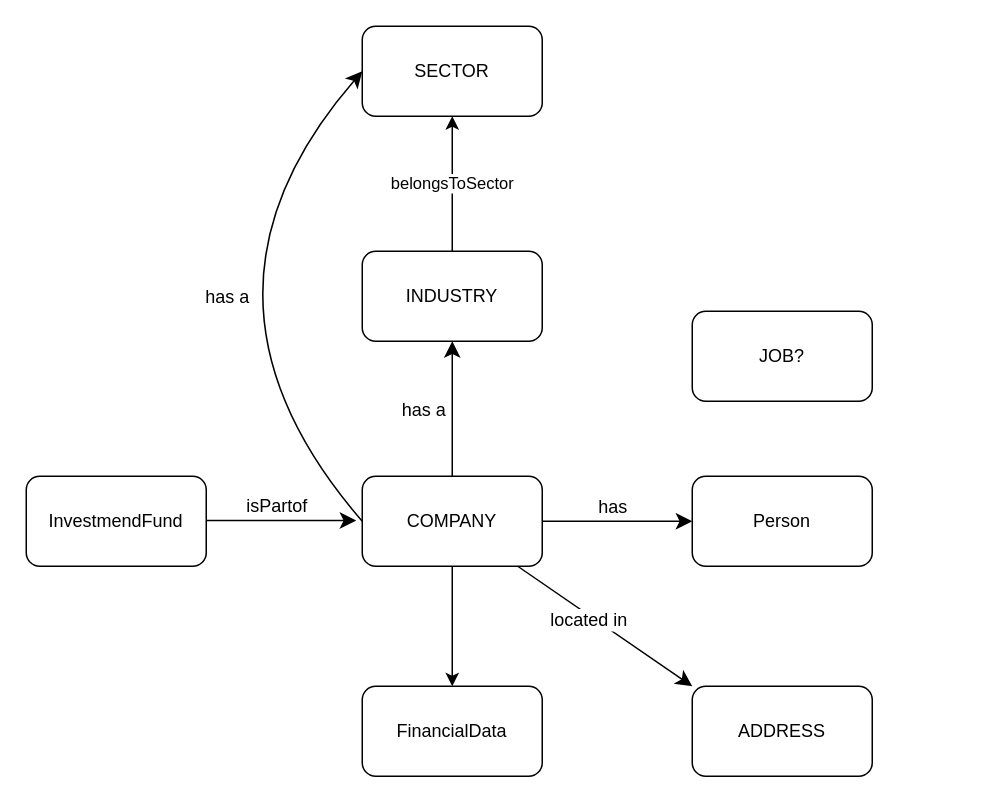
The draw.io diagram finance-kg.drawio in coppeneur/finance-kg, before the edit. Source tidied: cells renumbered, new cells numbered last; positions are measured from the earlier drawing's top-left corner, leaving out a move shared by most shapes. Both pictures are drawn from the tidied source at 150%, with x=0, y=0 at pixel (26, 26).
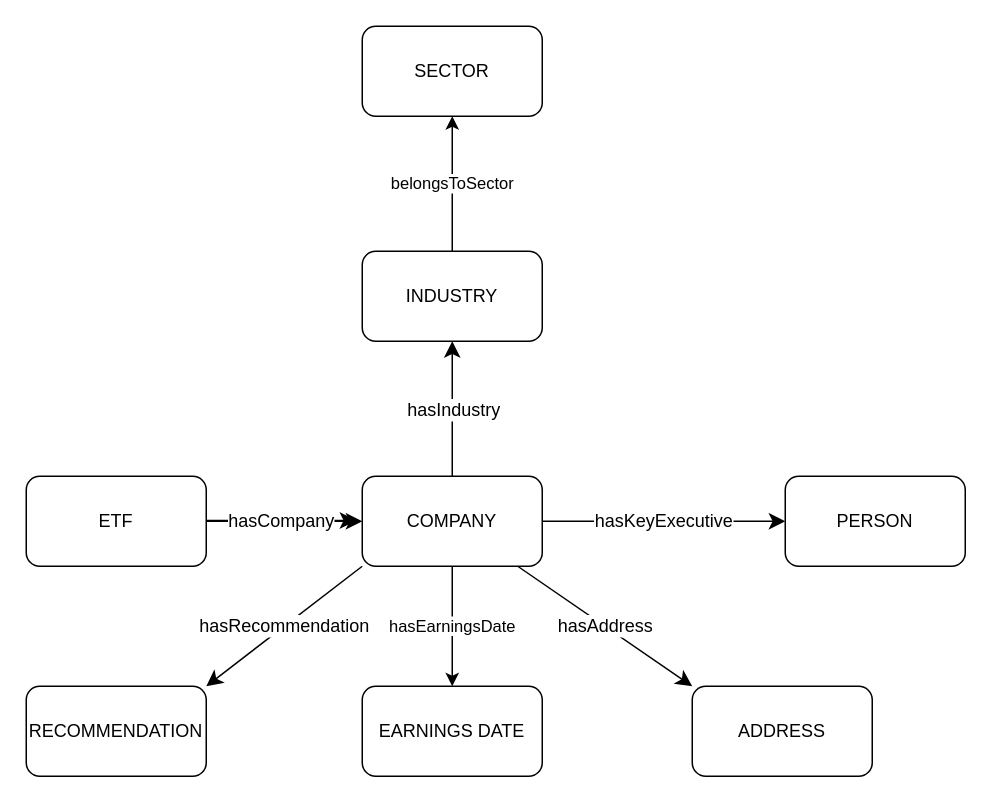
Above is the later version.

Unchanged cells that the change refers to:
```xml
<mxCell id="4" style="edgeStyle=none;curved=1;rounded=0;jettySize=auto;html=1;entryX=0.5;entryY=1;entryDx=0;entryDy=0;fontSize=12;startSize=8;endSize=8;" parent="1" edge="1" source="7" target="13">
  <mxGeometry relative="1" as="geometry" />
</mxCell>
<mxCell id="7" value="COMPANY" style="rounded=1;whiteSpace=wrap;html=1;" parent="1" vertex="1">
  <mxGeometry x="224" y="300" width="120" height="60" as="geometry" />
</mxCell>
<mxCell id="11" value="ADDRESS" style="rounded=1;whiteSpace=wrap;html=1;" parent="1" vertex="1">
  <mxGeometry x="444" y="440" width="120" height="60" as="geometry" />
</mxCell>
<mxCell id="14" value="SECTOR" style="rounded=1;whiteSpace=wrap;html=1;" parent="1" vertex="1">
  <mxGeometry x="224" width="120" height="60" as="geometry" />
</mxCell>
```

What changed in the source:
```diff
@@
-    <mxCell id="2" style="edgeStyle=none;curved=1;rounded=0;jettySize=auto;html=1;entryX=0;entryY=0;entryDx=0;entryDy=0;fontSize=12;startSize=8;endSize=8;" parent="1" edge="1" source="7" target="11">
+    <mxCell id="2" value="hasAddress" style="edgeStyle=none;curved=1;rounded=0;jettySize=auto;html=1;entryX=0;entryY=0;entryDx=0;entryDy=0;fontSize=12;startSize=8;endSize=8;" parent="1" edge="1" source="7" target="11">
       <mxGeometry relative="1" as="geometry" />
     </mxCell>
-    <mxCell id="3" value="located in" style="edgeLabel;html=1;align=center;verticalAlign=middle;fontSize=12;" parent="2" vertex="1">
-      <mxGeometry x="-0.02" y="-2" relative="1" as="geometry">
-        <mxPoint x="-9" y="-5" as="offset" />
-      </mxGeometry>
-    </mxCell>
@@
-    <mxCell id="5" value="has a" style="edgeLabel;html=1;align=center;verticalAlign=middle;fontSize=12;" parent="4" vertex="1">
-      <mxGeometry relative="1" as="geometry">
-        <mxPoint x="-20" as="offset" />
-      </mxGeometry>
+    <mxCell id="5" value="hasIndustry" style="edgeLabel;html=1;align=center;verticalAlign=middle;fontSize=12;" parent="4" vertex="1">
+      <mxGeometry relative="1" as="geometry" />
     </mxCell>
-    <mxCell id="6" style="edgeStyle=orthogonalEdgeStyle;rounded=0;jettySize=auto;html=1;entryX=0.5;entryY=0;entryDx=0;entryDy=0;" parent="1" edge="1" source="7" target="21">
-      <mxGeometry relative="1" as="geometry" />
+    <mxCell id="6" value="hasEarningsDate" style="edgeStyle=orthogonalEdgeStyle;rounded=0;jettySize=auto;html=1;entryX=0.5;entryY=0;entryDx=0;entryDy=0;" parent="1" edge="1" source="7">
+      <mxGeometry relative="1" as="geometry">
+        <mxPoint x="284" y="440" as="targetPoint" />
+      </mxGeometry>
     </mxCell>
+    <mxCell id="22" value="hasRecommendation" style="edgeStyle=none;curved=1;rounded=0;jettySize=auto;html=1;exitX=0;exitY=1;exitDx=0;exitDy=0;entryX=1;entryY=0;entryDx=0;entryDy=0;fontSize=12;startSize=8;endSize=8;" parent="1" edge="1" source="7" target="24">
+      <mxGeometry relative="1" as="geometry" />
+    </mxCell>
@@
-    <mxCell id="8" style="endArrow=classic;html=1;rounded=0;fontSize=12;startSize=8;endSize=8;curved=1;exitX=1;exitY=0.5;exitDx=0;exitDy=0;entryX=0;entryY=0.5;entryDx=0;entryDy=0;" parent="1" edge="1" source="7" target="10">
+    <mxCell id="8" value="hasKeyExecutive" style="endArrow=classic;html=1;rounded=0;fontSize=12;startSize=8;endSize=8;curved=1;exitX=1;exitY=0.5;exitDx=0;exitDy=0;entryX=0;entryY=0.5;entryDx=0;entryDy=0;" parent="1" edge="1" source="7" target="10">
       <mxGeometry relative="1" as="geometry" />
     </mxCell>
-    <mxCell id="9" value="has" style="edgeLabel;html=1;align=center;verticalAlign=middle;fontSize=12;" parent="8" vertex="1">
-      <mxGeometry x="-0.09" y="1" relative="1" as="geometry">
-        <mxPoint y="-9" as="offset" />
-      </mxGeometry>
-    </mxCell>
-    <mxCell id="10" value="Person" style="rounded=1;whiteSpace=wrap;html=1;" parent="1" vertex="1">
-      <mxGeometry x="444" y="300" width="120" height="60" as="geometry" />
+    <mxCell id="10" value="PERSON" style="rounded=1;whiteSpace=wrap;html=1;" parent="1" vertex="1">
+      <mxGeometry x="506" y="300" width="120" height="60" as="geometry" />
     </mxCell>
@@
-    <mxCell id="15" style="curved=1;endArrow=classic;html=1;rounded=0;fontSize=12;startSize=8;endSize=8;entryX=0;entryY=0.5;entryDx=0;entryDy=0;exitX=0;exitY=0.5;exitDx=0;exitDy=0;" parent="1" edge="1" source="7" target="14">
-      <mxGeometry relative="1" as="geometry">
-        <Array as="points">
-          <mxPoint x="94" y="180" />
-        </Array>
-      </mxGeometry>
-    </mxCell>
-    <mxCell id="16" value="has a" style="edgeLabel;html=1;align=center;verticalAlign=middle;fontSize=12;" parent="15" vertex="1">
-      <mxGeometry x="0.21" y="-46" relative="1" as="geometry">
-        <mxPoint x="-22" y="2" as="offset" />
-      </mxGeometry>
-    </mxCell>
+    <mxCell id="23" style="edgeStyle=none;curved=1;rounded=0;jettySize=auto;html=1;fontSize=12;startSize=8;endSize=8;" parent="1" edge="1" source="17" target="7">
+      <mxGeometry relative="1" as="geometry" />
+    </mxCell>
-    <mxCell id="17" value="InvestmendFund" style="rounded=1;whiteSpace=wrap;html=1;" parent="1" vertex="1">
+    <mxCell id="17" value="ETF" style="rounded=1;whiteSpace=wrap;html=1;" parent="1" vertex="1">
       <mxGeometry y="300" width="120" height="60" as="geometry" />
     </mxCell>
-    <mxCell id="18" value="JOB?" style="rounded=1;whiteSpace=wrap;html=1;" parent="1" vertex="1">
-      <mxGeometry x="444" y="190" width="120" height="60" as="geometry" />
-    </mxCell>
-    <mxCell id="19" style="endArrow=classic;html=1;rounded=0;fontSize=12;startSize=8;endSize=8;curved=1;exitX=1;exitY=0.5;exitDx=0;exitDy=0;entryX=0;entryY=0.5;entryDx=0;entryDy=0;" parent="1" edge="1">
+    <mxCell id="19" value="hasCompany" style="endArrow=classic;html=1;rounded=0;fontSize=12;startSize=8;endSize=8;curved=1;exitX=1;exitY=0.5;exitDx=0;exitDy=0;entryX=0;entryY=0.5;entryDx=0;entryDy=0;" parent="1" edge="1">
       <mxGeometry relative="1" as="geometry">
         <mxPoint x="120" y="329.5" as="sourcePoint" />
         <mxPoint x="220" y="329.5" as="targetPoint" />
       </mxGeometry>
     </mxCell>
-    <mxCell id="20" value="isPartof" style="edgeLabel;html=1;align=center;verticalAlign=middle;fontSize=12;" parent="19" vertex="1">
-      <mxGeometry x="-0.09" y="1" relative="1" as="geometry">
-        <mxPoint y="-9" as="offset" />
-      </mxGeometry>
-    </mxCell>
-    <mxCell id="21" value="FinancialData" style="rounded=1;whiteSpace=wrap;html=1;" parent="1" vertex="1">
-      <mxGeometry x="224" y="440" width="120" height="60" as="geometry" />
-    </mxCell>
+    <mxCell id="24" value="RECOMMENDATION" style="rounded=1;whiteSpace=wrap;html=1;" parent="1" vertex="1">
+      <mxGeometry y="440" width="120" height="60" as="geometry" />
+    </mxCell>
+    <mxCell id="25" value="EARNINGS DATE" style="rounded=1;whiteSpace=wrap;html=1;" parent="1" vertex="1">
+      <mxGeometry x="224" y="440" width="120" height="60" as="geometry" />
+    </mxCell>
```
